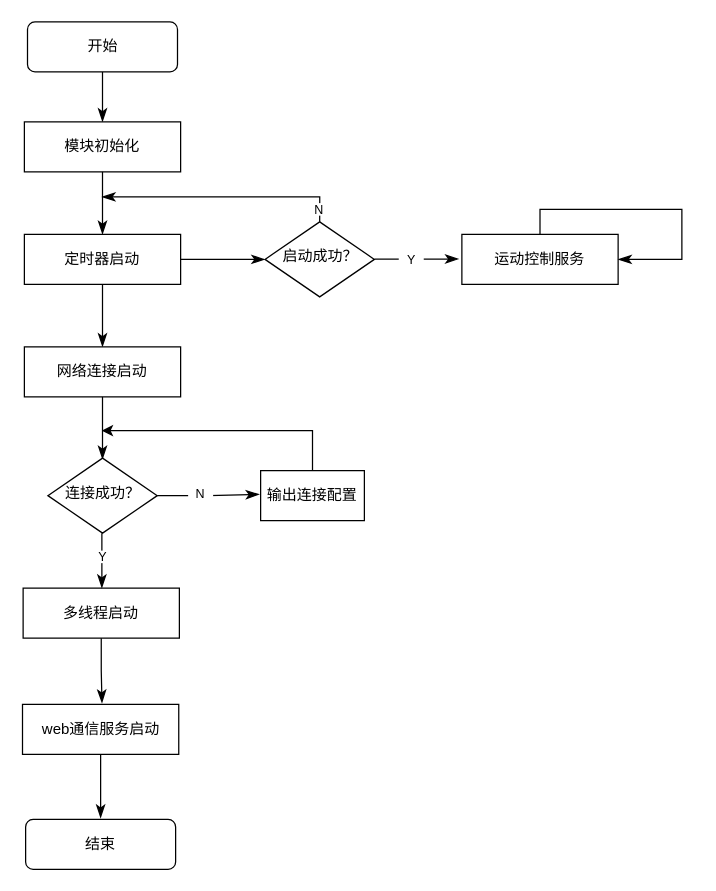
KAZAMA-DREAM/picture keeps this draw.io diagram as 图4.8mainpy文件.drawio. Above is the earlier version. Source tidied: cells renumbered, new cells numbered last; positions are measured from the earlier drawing's top-left corner, leaving out a move shared by most shapes. Both pictures are drawn from the tidied source at 125%, with x=0, y=0 at pixel (22, 21).
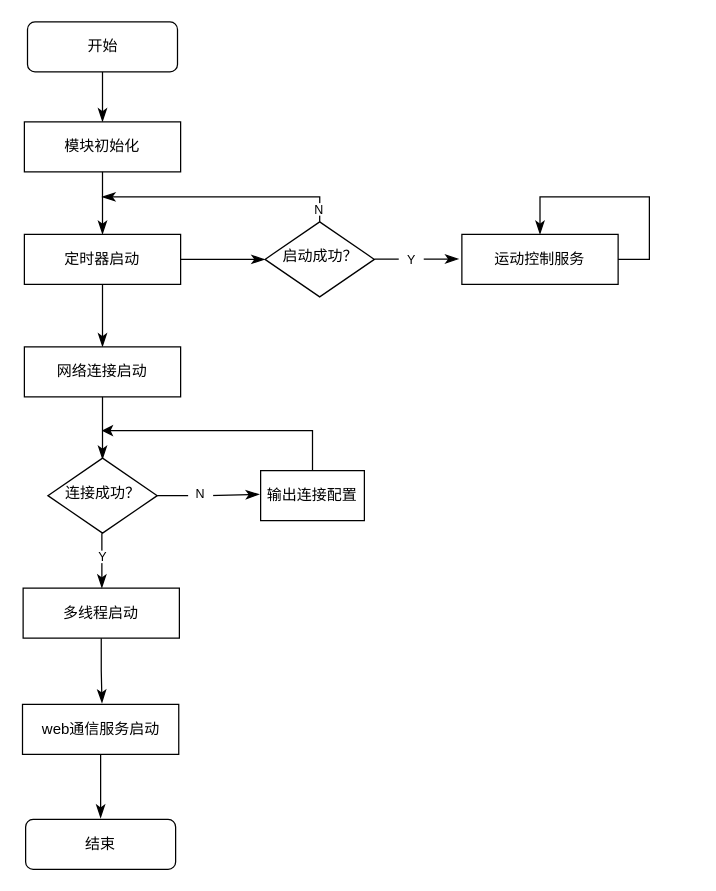
The same page after the edit.

Commit message (it also covers changes not shown here):
更新图4.8mainpy文件.drawio

The change refers to these unchanged cells:
```xml
<mxCell id="13" value="运动控制服务" style="rounded=0;whiteSpace=wrap;html=1;" parent="1" vertex="1">
  <mxGeometry x="351" y="170" width="125" height="40" as="geometry" />
</mxCell>
```

The edit, as a diff of the source:
```diff
@@
-<mxGraphModel>
+<mxGraphModel background="#ffffff">
@@
-    <mxCell id="19" style="rounded=0;html=1;jettySize=auto;orthogonalLoop=1;fontSize=11;endArrow=classicThin;endFill=1;endSize=8;strokeWidth=1;shadow=0;labelBackgroundColor=none;edgeStyle=orthogonalEdgeStyle;exitX=0.5;exitY=0;exitDx=0;exitDy=0;entryX=1;entryY=0.5;entryDx=0;entryDy=0;" parent="1" edge="1" source="13" target="13">
+    <mxCell id="19" style="rounded=0;html=1;jettySize=auto;orthogonalLoop=1;fontSize=11;endArrow=classicThin;endFill=1;endSize=8;strokeWidth=1;shadow=0;labelBackgroundColor=none;edgeStyle=orthogonalEdgeStyle;exitX=1;exitY=0.5;exitDx=0;exitDy=0;entryX=0.5;entryY=0;entryDx=0;entryDy=0;" parent="1" edge="1" source="13" target="13">
       <mxGeometry relative="1" as="geometry">
         <Array as="points">
-          <mxPoint x="414" y="150" />
-          <mxPoint x="527" y="150" />
-          <mxPoint x="527" y="190" />
+          <mxPoint x="501" y="190" />
+          <mxPoint x="501" y="140" />
+          <mxPoint x="414" y="140" />
         </Array>
       </mxGeometry>
     </mxCell>
```
